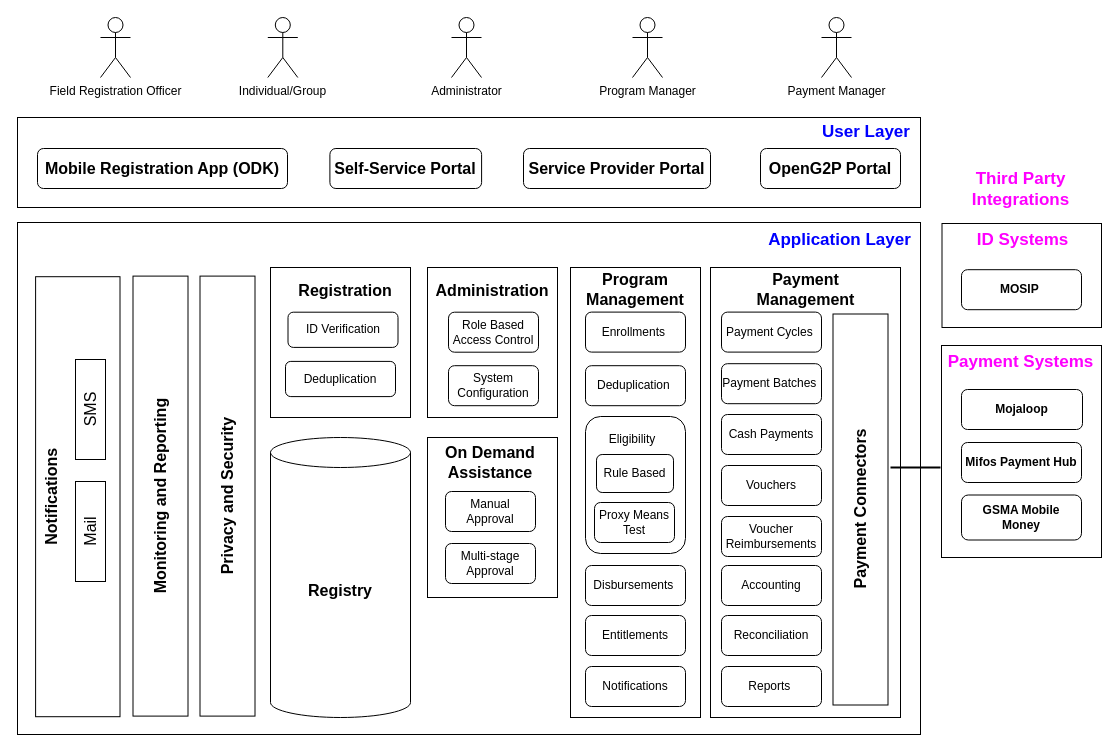
Before: .gitbook/assets/functional-architecture.drawio in OpenG2P/openg2p-documentation, a draw.io diagram. Source tidied: cells renumbered, new cells numbered last; positions are measured from the earlier drawing's top-left corner, leaving out a move shared by most shapes. Both pictures are drawn from the tidied source at 100%, with x=0, y=0 at pixel (-143, 17).
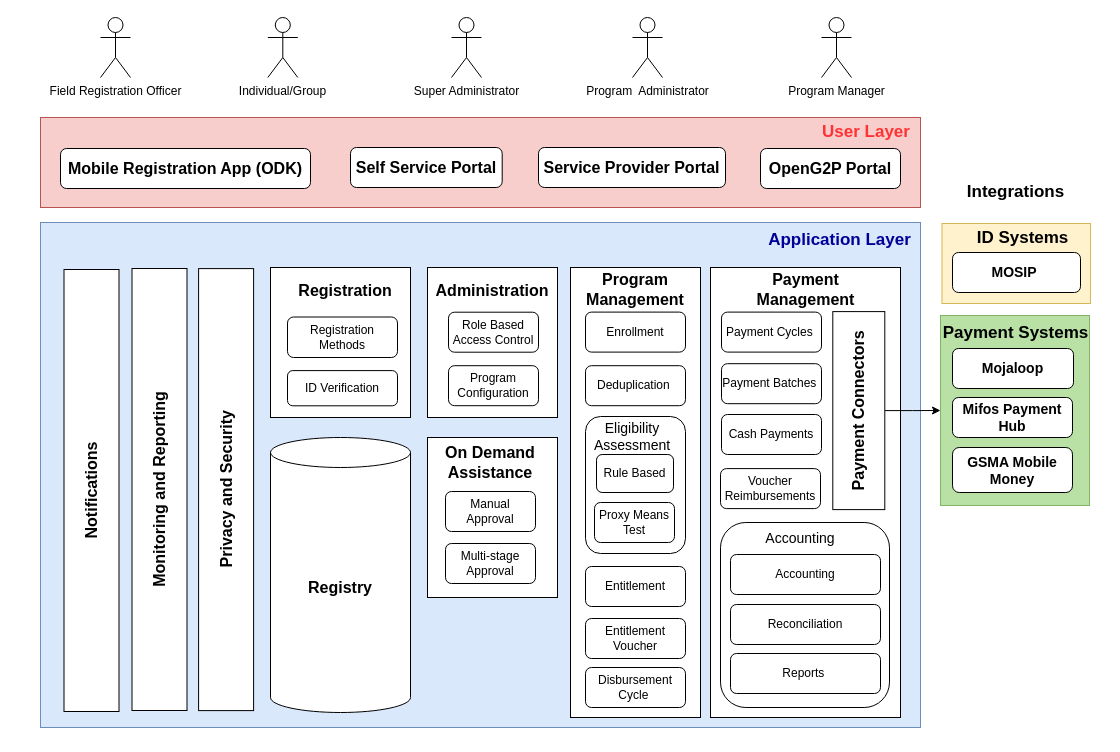
The same page after the edit.

Diff of the diagram source:
```diff
@@
-    <mxCell id="2" style="rounded=0;whiteSpace=wrap;html=1;" parent="1" vertex="1">
-      <mxGeometry x="1084" y="328" width="160" height="212" as="geometry" />
-    </mxCell>
-    <mxCell id="3" style="rounded=0;whiteSpace=wrap;html=1;" parent="1" vertex="1">
-      <mxGeometry x="1084.5" y="206" width="159.5" height="104" as="geometry" />
-    </mxCell>
-    <mxCell id="4" style="rounded=0;whiteSpace=wrap;html=1;" parent="1" vertex="1">
-      <mxGeometry x="160" y="100" width="903" height="90" as="geometry" />
-    </mxCell>
-    <mxCell id="5" style="rounded=0;whiteSpace=wrap;html=1;" parent="1" vertex="1">
-      <mxGeometry x="160" y="205" width="903" height="512" as="geometry" />
-    </mxCell>
+    <mxCell id="65" style="rounded=0;whiteSpace=wrap;html=1;fillColor=#dae8fc;strokeColor=#6c8ebf;" parent="1" vertex="1">
+      <mxGeometry x="183" y="205" width="880" height="505" as="geometry" />
+    </mxCell>
+    <mxCell id="9" style="rounded=0;whiteSpace=wrap;html=1;" parent="1" vertex="1">
+      <mxGeometry x="853" y="250" width="190" height="450" as="geometry" />
+    </mxCell>
+    <mxCell id="66" style="rounded=1;whiteSpace=wrap;html=1;align=center;labelPosition=center;verticalLabelPosition=top;verticalAlign=bottom;" parent="1" vertex="1">
+      <mxGeometry x="863" y="505" width="169" height="185" as="geometry" />
+    </mxCell>
+    <mxCell id="67" style="rounded=0;whiteSpace=wrap;html=1;fillColor=#B9E0A5;strokeColor=#82b366;" parent="1" vertex="1">
+      <mxGeometry x="1083" y="298" width="149" height="190" as="geometry" />
+    </mxCell>
+    <mxCell id="68" style="rounded=0;whiteSpace=wrap;html=1;fillColor=#fff2cc;strokeColor=#d6b656;" parent="1" vertex="1">
+      <mxGeometry x="1084.5" y="206" width="148.5" height="80" as="geometry" />
+    </mxCell>
+    <mxCell id="69" style="rounded=0;whiteSpace=wrap;html=1;fillColor=#f8cecc;strokeColor=#b85450;" parent="1" vertex="1">
+      <mxGeometry x="183" y="100" width="880" height="90" as="geometry" />
+    </mxCell>
@@
-    <mxCell id="9" style="rounded=0;whiteSpace=wrap;html=1;" parent="1" vertex="1">
-      <mxGeometry x="853" y="250" width="190" height="450" as="geometry" />
-    </mxCell>
     <mxCell id="10" value="&lt;font style=&quot;font-size: 16px;&quot;&gt;&lt;b&gt;Mobile Registration App (ODK)&lt;/b&gt;&lt;/font&gt;" style="rounded=1;whiteSpace=wrap;html=1;" parent="1" vertex="1">
-      <mxGeometry x="180" y="131" width="250" height="40" as="geometry" />
+      <mxGeometry x="203" y="131" width="250" height="40" as="geometry" />
     </mxCell>
-    <mxCell id="11" value="Administrator&lt;br&gt;" style="shape=umlActor;verticalLabelPosition=bottom;verticalAlign=top;html=1;" parent="1" vertex="1">
-      <mxGeometry x="594" width="30" height="60" as="geometry" />
-    </mxCell>
-    <mxCell id="12" value="Program Manager" style="shape=umlActor;verticalLabelPosition=bottom;verticalAlign=top;html=1;" parent="1" vertex="1">
-      <mxGeometry x="775" width="30" height="60" as="geometry" />
-    </mxCell>
+    <mxCell id="70" value="Super Administrator" style="shape=umlActor;verticalLabelPosition=bottom;verticalAlign=top;html=1;" parent="1" vertex="1">
+      <mxGeometry x="594" width="30" height="60" as="geometry" />
+    </mxCell>
+    <mxCell id="71" value="Program&amp;nbsp; Administrator" style="shape=umlActor;verticalLabelPosition=bottom;verticalAlign=top;html=1;" parent="1" vertex="1">
+      <mxGeometry x="775" width="30" height="60" as="geometry" />
+    </mxCell>
@@
     <mxCell id="15" value="&lt;font style=&quot;font-size: 16px;&quot;&gt;&lt;b&gt;Registry&lt;/b&gt;&lt;/font&gt;" style="shape=cylinder3;whiteSpace=wrap;html=1;boundedLbl=1;backgroundOutline=1;size=15;" parent="1" vertex="1">
-      <mxGeometry x="413" y="420" width="140" height="280" as="geometry" />
+      <mxGeometry x="413" y="420" width="140" height="275" as="geometry" />
     </mxCell>
-    <mxCell id="16" value="Payment Manager" style="shape=umlActor;verticalLabelPosition=bottom;verticalAlign=top;html=1;" parent="1" vertex="1">
-      <mxGeometry x="964" width="30" height="60" as="geometry" />
-    </mxCell>
+    <mxCell id="12" value="Program Manager" style="shape=umlActor;verticalLabelPosition=bottom;verticalAlign=top;html=1;" parent="1" vertex="1">
+      <mxGeometry x="964" width="30" height="60" as="geometry" />
+    </mxCell>
     <mxCell id="17" value="Privacy and Security&lt;br style=&quot;font-size: 16px;&quot;&gt;" style="rounded=0;whiteSpace=wrap;html=1;rotation=-90;fontSize=16;fontStyle=1;" parent="1" vertex="1">
-      <mxGeometry x="150" y="451.1" width="440" height="55" as="geometry" />
+      <mxGeometry x="147.6" y="444.6" width="442" height="55" as="geometry" />
     </mxCell>
     <mxCell id="18" value="Monitoring and Reporting" style="rounded=0;whiteSpace=wrap;html=1;rotation=-90;fontSize=16;fontStyle=1;" parent="1" vertex="1">
-      <mxGeometry x="83" y="451.1" width="440" height="55" as="geometry" />
+      <mxGeometry x="81" y="444.5" width="442" height="55" as="geometry" />
     </mxCell>
-    <mxCell id="19" value="&lt;font style=&quot;font-size: 16px;&quot;&gt;&lt;b&gt;Self-Service Portal&lt;/b&gt;&lt;/font&gt;" style="rounded=1;whiteSpace=wrap;html=1;" parent="1" vertex="1">
-      <mxGeometry x="472.4" y="131" width="151.7" height="40" as="geometry" />
-    </mxCell>
+    <mxCell id="72" value="&lt;font style=&quot;font-size: 16px;&quot;&gt;&lt;b&gt;Self Service Portal&lt;/b&gt;&lt;/font&gt;" style="rounded=1;whiteSpace=wrap;html=1;" parent="1" vertex="1">
+      <mxGeometry x="493" y="130" width="151.7" height="40" as="geometry" />
+    </mxCell>
@@
-    <mxCell id="22" value="Disbursements&amp;nbsp;" style="rounded=1;whiteSpace=wrap;html=1;" parent="1" vertex="1">
-      <mxGeometry x="728" y="548" width="100" height="40" as="geometry" />
-    </mxCell>
-    <mxCell id="23" value="Entitlements" style="rounded=1;whiteSpace=wrap;html=1;" parent="1" vertex="1">
-      <mxGeometry x="728" y="598" width="100" height="40" as="geometry" />
-    </mxCell>
-    <mxCell id="24" value="Notifications&lt;br&gt;" style="rounded=1;whiteSpace=wrap;html=1;" parent="1" vertex="1">
-      <mxGeometry x="728" y="649" width="100" height="40" as="geometry" />
-    </mxCell>
+    <mxCell id="73" value="Disbursement Cycle&amp;nbsp;" style="rounded=1;whiteSpace=wrap;html=1;" parent="1" vertex="1">
+      <mxGeometry x="728" y="650" width="100" height="40" as="geometry" />
+    </mxCell>
+    <mxCell id="74" value="Entitlement" style="rounded=1;whiteSpace=wrap;html=1;" parent="1" vertex="1">
+      <mxGeometry x="728" y="549" width="100" height="40" as="geometry" />
+    </mxCell>
+    <mxCell id="75" value="Entitlement Voucher" style="rounded=1;whiteSpace=wrap;html=1;" parent="1" vertex="1">
+      <mxGeometry x="728" y="601" width="100" height="40" as="geometry" />
+    </mxCell>
@@
     <mxCell id="28" value="Accounting" style="rounded=1;whiteSpace=wrap;html=1;" parent="1" vertex="1">
-      <mxGeometry x="864" y="548" width="100" height="40" as="geometry" />
+      <mxGeometry x="873" y="537" width="150" height="40" as="geometry" />
     </mxCell>
     <mxCell id="29" value="Reconciliation" style="rounded=1;whiteSpace=wrap;html=1;" parent="1" vertex="1">
-      <mxGeometry x="864" y="598" width="100" height="40" as="geometry" />
+      <mxGeometry x="873" y="587" width="150" height="40" as="geometry" />
     </mxCell>
     <mxCell id="30" value="Reports&amp;nbsp;" style="rounded=1;whiteSpace=wrap;html=1;" parent="1" vertex="1">
-      <mxGeometry x="864" y="649" width="100" height="40" as="geometry" />
+      <mxGeometry x="873" y="636" width="150" height="40" as="geometry" />
     </mxCell>
-    <mxCell id="31" value="&lt;b&gt;Mojaloop&lt;/b&gt;" style="rounded=1;whiteSpace=wrap;html=1;" parent="1" vertex="1">
-      <mxGeometry x="1104" y="372" width="121" height="40" as="geometry" />
+    <mxCell id="31" value="&lt;b&gt;&lt;font style=&quot;font-size: 14px;&quot;&gt;Mojaloop&lt;/font&gt;&lt;/b&gt;" style="rounded=1;whiteSpace=wrap;html=1;" parent="1" vertex="1">
+      <mxGeometry x="1095" y="331" width="121" height="40" as="geometry" />
     </mxCell>
-    <mxCell id="32" value="System Configuration" style="rounded=1;whiteSpace=wrap;html=1;" parent="1" vertex="1">
-      <mxGeometry x="591" y="348.2" width="90" height="40" as="geometry" />
-    </mxCell>
+    <mxCell id="76" value="Program Configuration" style="rounded=1;whiteSpace=wrap;html=1;" parent="1" vertex="1">
+      <mxGeometry x="591" y="348.2" width="90" height="40" as="geometry" />
+    </mxCell>
@@
     <mxCell id="34" value="ID Verification" style="rounded=1;whiteSpace=wrap;html=1;" parent="1" vertex="1">
-      <mxGeometry x="430.5" y="294.7" width="110" height="35.2" as="geometry" />
+      <mxGeometry x="430" y="353.1" width="110" height="35.2" as="geometry" />
     </mxCell>
-    <mxCell id="35" value="&lt;b&gt;MOSIP&amp;nbsp;&lt;/b&gt;" style="rounded=1;whiteSpace=wrap;html=1;" parent="1" vertex="1">
-      <mxGeometry x="1104" y="252.2" width="120" height="40" as="geometry" />
+    <mxCell id="35" value="&lt;b&gt;&lt;font style=&quot;font-size: 14px;&quot;&gt;MOSIP&amp;nbsp;&lt;/font&gt;&lt;/b&gt;" style="rounded=1;whiteSpace=wrap;html=1;" parent="1" vertex="1">
+      <mxGeometry x="1095" y="235" width="128" height="40" as="geometry" />
     </mxCell>
-    <mxCell id="36" value="&lt;b&gt;Mifos Payment Hub&lt;/b&gt;" style="rounded=1;whiteSpace=wrap;html=1;" parent="1" vertex="1">
-      <mxGeometry x="1104" y="425" width="120" height="40" as="geometry" />
+    <mxCell id="36" value="&lt;b&gt;&lt;font style=&quot;font-size: 14px;&quot;&gt;Mifos Payment Hub&lt;/font&gt;&lt;/b&gt;" style="rounded=1;whiteSpace=wrap;html=1;" parent="1" vertex="1">
+      <mxGeometry x="1095" y="380" width="120" height="40" as="geometry" />
     </mxCell>
-    <mxCell id="37" value="&lt;b&gt;GSMA Mobile Money&lt;/b&gt;" style="rounded=1;whiteSpace=wrap;html=1;" parent="1" vertex="1">
-      <mxGeometry x="1104" y="477.5" width="120" height="45" as="geometry" />
+    <mxCell id="37" value="&lt;b&gt;&lt;font style=&quot;font-size: 14px;&quot;&gt;GSMA Mobile Money&lt;/font&gt;&lt;/b&gt;" style="rounded=1;whiteSpace=wrap;html=1;" parent="1" vertex="1">
+      <mxGeometry x="1095" y="430" width="120" height="45" as="geometry" />
     </mxCell>
-    <mxCell id="38" value="Notifications" style="rounded=0;whiteSpace=wrap;html=1;rotation=-90;fontSize=16;fontStyle=1;verticalAlign=top;" parent="1" vertex="1">
-      <mxGeometry x="0.3" y="437" width="440" height="84.4" as="geometry" />
-    </mxCell>
-    <mxCell id="39" value="&lt;b&gt;&lt;font color=&quot;#0000ff&quot; style=&quot;font-size: 17px;&quot;&gt;User Layer&lt;/font&gt;&lt;/b&gt;" style="text;html=1;align=center;verticalAlign=middle;whiteSpace=wrap;rounded=0;fontColor=#66FFB3;" parent="1" vertex="1">
+    <mxCell id="39" value="&lt;b&gt;&lt;font color=&quot;#ff3333&quot; style=&quot;font-size: 17px;&quot;&gt;User Layer&lt;/font&gt;&lt;/b&gt;" style="text;html=1;align=center;verticalAlign=middle;whiteSpace=wrap;rounded=0;fontColor=#66FFB3;" parent="1" vertex="1">
       <mxGeometry x="955" y="100" width="108" height="30" as="geometry" />
     </mxCell>
-    <mxCell id="40" value="Deduplication" style="rounded=1;whiteSpace=wrap;html=1;" parent="1" vertex="1">
-      <mxGeometry x="428" y="343.9" width="110" height="35.2" as="geometry" />
-    </mxCell>
@@
-    <mxCell id="43" value="Enrollments&amp;nbsp;" style="rounded=1;whiteSpace=wrap;html=1;" parent="1" vertex="1">
-      <mxGeometry x="728" y="294.6" width="100" height="40" as="geometry" />
-    </mxCell>
+    <mxCell id="77" value="Enrollment" style="rounded=1;whiteSpace=wrap;html=1;" parent="1" vertex="1">
+      <mxGeometry x="728" y="294.6" width="100" height="40" as="geometry" />
+    </mxCell>
@@
-    <mxCell id="45" value="&lt;b&gt;&lt;font color=&quot;#0000ff&quot; style=&quot;font-size: 17px;&quot;&gt;Application Layer&lt;/font&gt;&lt;/b&gt;" style="text;html=1;align=center;verticalAlign=middle;whiteSpace=wrap;rounded=0;fontColor=#66FFB3;" parent="1" vertex="1">
+    <mxCell id="45" value="&lt;b&gt;&lt;font color=&quot;#000099&quot; style=&quot;font-size: 17px;&quot;&gt;Application Layer&lt;/font&gt;&lt;/b&gt;" style="text;html=1;align=center;verticalAlign=middle;whiteSpace=wrap;rounded=0;fontColor=#66FFB3;" parent="1" vertex="1">
       <mxGeometry x="902" y="208" width="161" height="30" as="geometry" />
     </mxCell>
@@
-    <mxCell id="47" value="&lt;b&gt;&lt;font color=&quot;#ff00ff&quot; style=&quot;font-size: 17px;&quot;&gt;ID Systems&lt;/font&gt;&lt;/b&gt;" style="text;html=1;align=center;verticalAlign=middle;whiteSpace=wrap;rounded=0;fontColor=#66FFB3;" parent="1" vertex="1">
-      <mxGeometry x="1084.5" y="208" width="161" height="30" as="geometry" />
+    <mxCell id="47" value="&lt;b&gt;&lt;font color=&quot;#000000&quot; style=&quot;font-size: 17px;&quot;&gt;ID Systems&lt;/font&gt;&lt;/b&gt;" style="text;html=1;align=center;verticalAlign=middle;whiteSpace=wrap;rounded=0;fontColor=#66FFB3;" parent="1" vertex="1">
+      <mxGeometry x="1084.5" y="210" width="161" height="21.2" as="geometry" />
     </mxCell>
-    <mxCell id="48" value="Vouchers" style="rounded=1;whiteSpace=wrap;html=1;" parent="1" vertex="1">
-      <mxGeometry x="864" y="448" width="100" height="40" as="geometry" />
-    </mxCell>
-    <mxCell id="49" value="&lt;b&gt;&lt;font color=&quot;#ff00ff&quot; style=&quot;font-size: 17px;&quot;&gt;Payment Systems&lt;/font&gt;&lt;/b&gt;" style="text;html=1;align=center;verticalAlign=middle;whiteSpace=wrap;rounded=0;fontColor=#66FFB3;" parent="1" vertex="1">
-      <mxGeometry x="1083" y="329.8" width="161" height="30" as="geometry" />
+    <mxCell id="49" value="&lt;b&gt;&lt;font color=&quot;#000000&quot; style=&quot;font-size: 17px;&quot;&gt;Payment Systems&lt;/font&gt;&lt;/b&gt;" style="text;html=1;align=center;verticalAlign=middle;whiteSpace=wrap;rounded=0;fontColor=#66FFB3;" parent="1" vertex="1">
+      <mxGeometry x="1078" y="300.8" width="161" height="30" as="geometry" />
     </mxCell>
-    <mxCell id="50" value="&lt;b&gt;&lt;font color=&quot;#ff00ff&quot; style=&quot;font-size: 17px;&quot;&gt;Third Party Integrations&lt;/font&gt;&lt;/b&gt;" style="text;html=1;align=center;verticalAlign=middle;whiteSpace=wrap;rounded=0;fontColor=#66FFB3;" parent="1" vertex="1">
-      <mxGeometry x="1083" y="157" width="161" height="30" as="geometry" />
-    </mxCell>
+    <mxCell id="78" value="&lt;b&gt;&lt;font color=&quot;#000000&quot; style=&quot;font-size: 17px;&quot;&gt;Integrations&lt;/font&gt;&lt;/b&gt;" style="text;html=1;align=center;verticalAlign=middle;whiteSpace=wrap;rounded=0;fontColor=#66FFB3;" parent="1" vertex="1">
+      <mxGeometry x="1078" y="160" width="161" height="30" as="geometry" />
+    </mxCell>
@@
     <mxCell id="57" value="Voucher Reimbursements" style="rounded=1;whiteSpace=wrap;html=1;" parent="1" vertex="1">
-      <mxGeometry x="864" y="499" width="100" height="40" as="geometry" />
+      <mxGeometry x="863" y="451.1" width="100" height="40" as="geometry" />
     </mxCell>
     <mxCell id="58" value="&lt;span style=&quot;font-size: 16px;&quot;&gt;&lt;b&gt;Service Provider Portal&lt;/b&gt;&lt;/span&gt;" style="rounded=1;whiteSpace=wrap;html=1;" parent="1" vertex="1">
-      <mxGeometry x="666" y="131" width="187" height="40" as="geometry" />
+      <mxGeometry x="681" y="130" width="187" height="40" as="geometry" />
     </mxCell>
@@
-    <mxCell id="60" value="&lt;span style=&quot;font-weight: normal;&quot;&gt;Mail&lt;/span&gt;" style="rounded=0;whiteSpace=wrap;html=1;rotation=-90;fontSize=16;fontStyle=1;" parent="1" vertex="1">
-      <mxGeometry x="183" y="499" width="100" height="30" as="geometry" />
-    </mxCell>
-    <mxCell id="61" value="&lt;span style=&quot;font-weight: normal;&quot;&gt;SMS&lt;/span&gt;" style="rounded=0;whiteSpace=wrap;html=1;rotation=-90;fontSize=16;fontStyle=1;" parent="1" vertex="1">
-      <mxGeometry x="183" y="377" width="100" height="30" as="geometry" />
-    </mxCell>
-    <mxCell id="62" value="Eligibility" style="text;html=1;strokeColor=none;fillColor=none;align=center;verticalAlign=middle;whiteSpace=wrap;rounded=0;" parent="1" vertex="1">
-      <mxGeometry x="745" y="407" width="60" height="30" as="geometry" />
-    </mxCell>
+    <mxCell id="79" value="&lt;font style=&quot;font-size: 14px;&quot;&gt;Eligibility Assessment&lt;/font&gt;" style="text;html=1;strokeColor=none;fillColor=none;align=center;verticalAlign=middle;whiteSpace=wrap;rounded=0;" parent="1" vertex="1">
+      <mxGeometry x="745" y="404" width="60" height="30" as="geometry" />
+    </mxCell>
+    <mxCell id="80" style="edgeStyle=orthogonalEdgeStyle;rounded=0;jettySize=auto;html=1;exitX=0.5;exitY=1;exitDx=0;exitDy=0;entryX=0;entryY=0.5;entryDx=0;entryDy=0;" parent="1" edge="1" source="63" target="67">
+      <mxGeometry relative="1" as="geometry" />
+    </mxCell>
-    <mxCell id="63" value="Payment Connectors" style="rounded=0;whiteSpace=wrap;html=1;rotation=-90;fontSize=16;fontStyle=1;" parent="1" vertex="1">
-      <mxGeometry x="807.5" y="464.5" width="391" height="55" as="geometry" />
+    <mxCell id="63" value="&lt;font style=&quot;font-size: 16px;&quot;&gt;Payment Connectors&lt;/font&gt;" style="rounded=0;whiteSpace=wrap;html=1;rotation=-90;fontSize=16;fontStyle=1;" parent="1" vertex="1">
+      <mxGeometry x="902.3" y="367.1" width="198" height="52" as="geometry" />
     </mxCell>
-    <mxCell id="64" style="endArrow=none;html=1;rounded=0;strokeWidth=2;" parent="1" edge="1">
-      <mxGeometry relative="1" as="geometry">
-        <mxPoint x="1033" y="450" as="sourcePoint" />
-        <mxPoint x="1083" y="450" as="targetPoint" />
-      </mxGeometry>
-    </mxCell>
+    <mxCell id="81" value="Registration Methods" style="rounded=1;whiteSpace=wrap;html=1;" parent="1" vertex="1">
+      <mxGeometry x="430" y="299.5" width="110" height="40.5" as="geometry" />
+    </mxCell>
+    <mxCell id="82" value="&lt;font style=&quot;font-size: 14px;&quot;&gt;Accounting&lt;/font&gt;" style="text;html=1;strokeColor=none;fillColor=none;align=center;verticalAlign=middle;whiteSpace=wrap;rounded=0;" parent="1" vertex="1">
+      <mxGeometry x="913" y="506" width="60" height="30" as="geometry" />
+    </mxCell>
+    <mxCell id="83" value="Notifications" style="rounded=0;whiteSpace=wrap;html=1;rotation=-90;fontSize=16;fontStyle=1;" parent="1" vertex="1">
+      <mxGeometry x="13" y="445.5" width="442" height="55" as="geometry" />
+    </mxCell>
```
